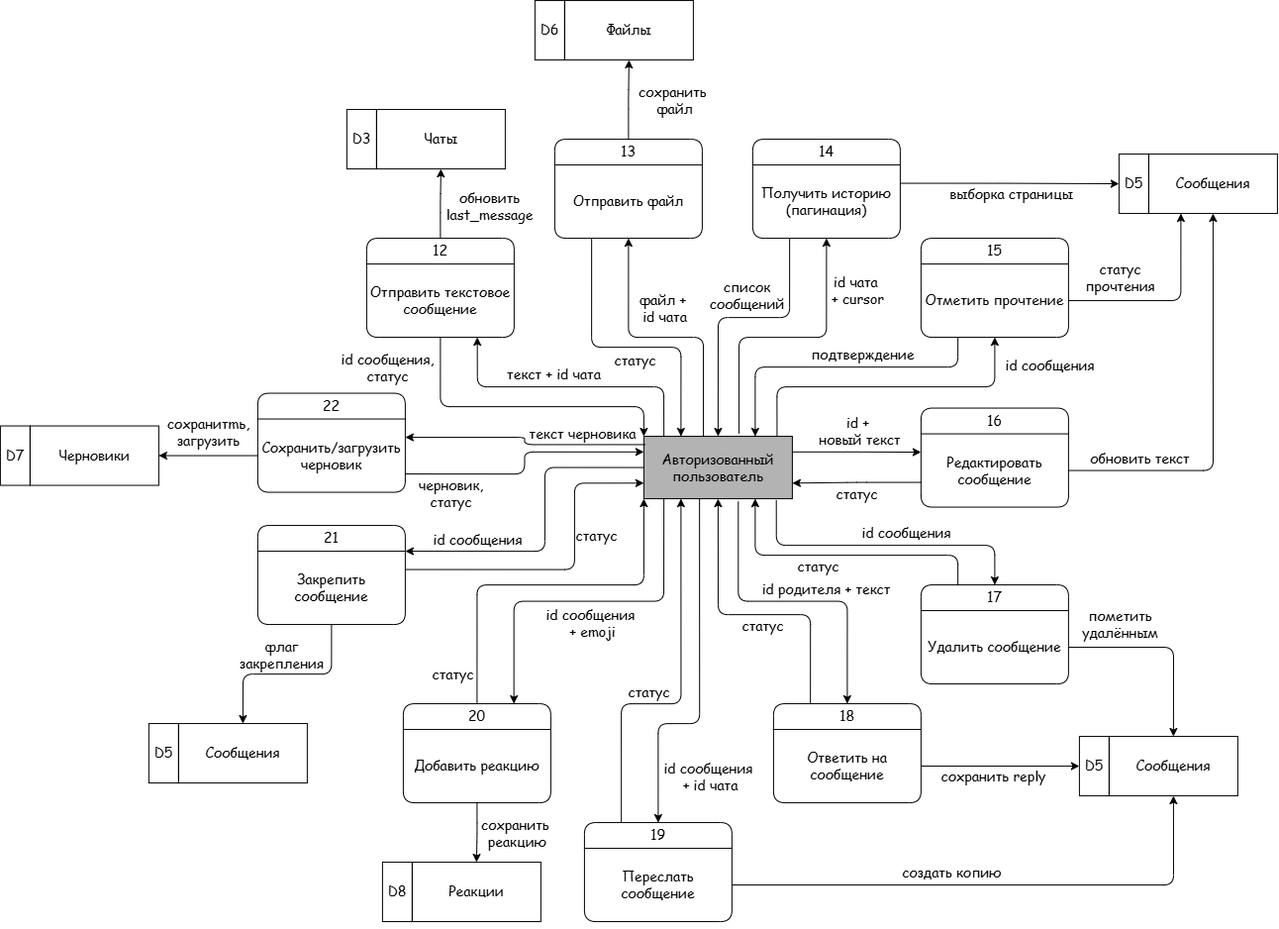
This is Практическая работа №1. DFD/images/DFD-1-обмен сообщениями.drawio.png from art2535/project-activity-guap, a draw.io export, as it was before one commit. Source tidied: cells renumbered, new cells last; positions are measured from the earlier drawing's top-left corner, leaving out a move shared by most shapes.
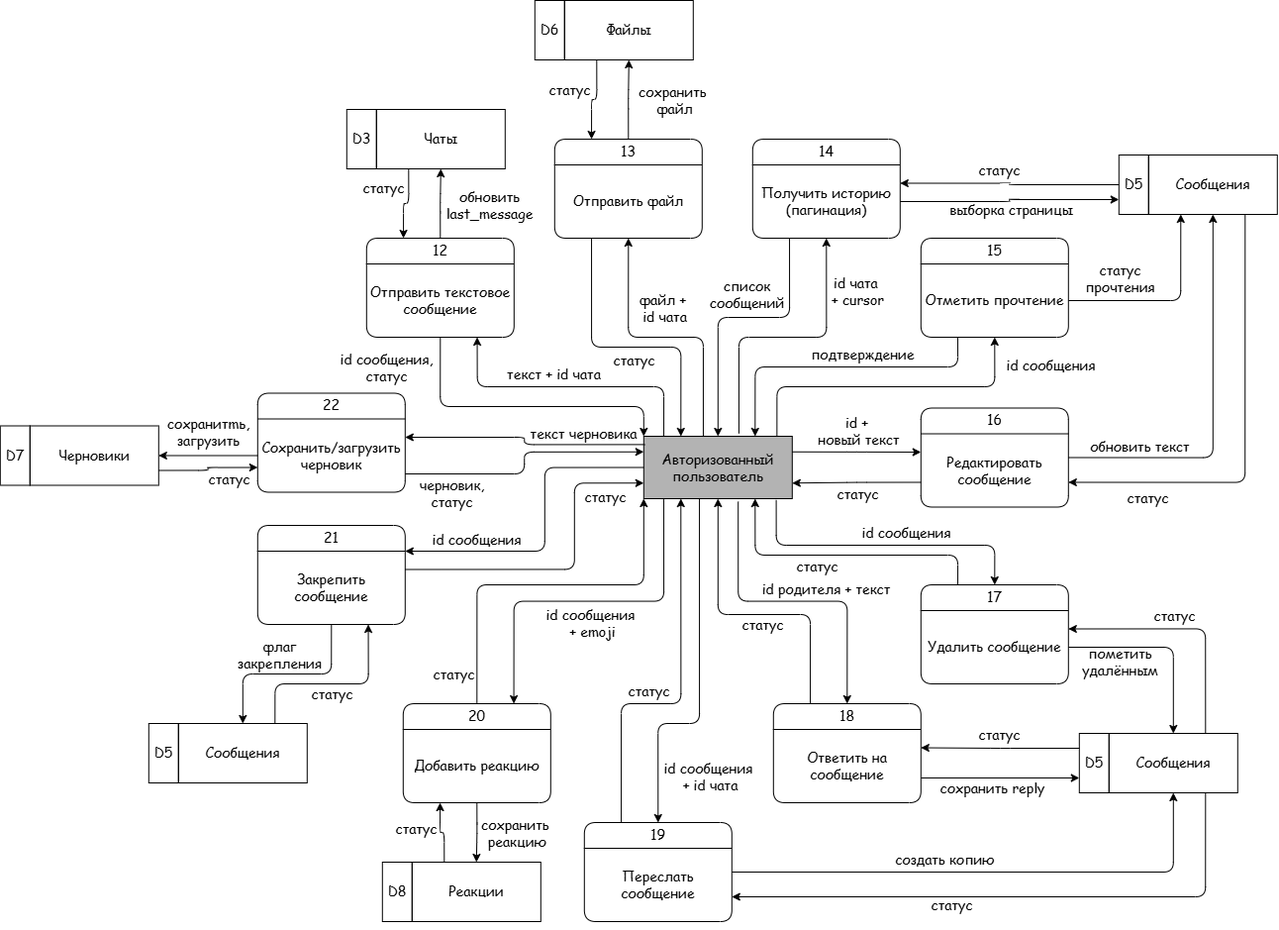
Above is the later version.

Diff of the diagram source:
```diff
@@ -45,7 +45,7 @@
       <mxGeometry x="650" y="440" width="150" height="63" as="geometry" />
     </mxCell>
     <mxCell id="16" style="group;shadow=0;fontFamily=Comic Sans MS;fontSize=14;" parent="1" vertex="1">
-      <mxGeometry x="1090" y="743" width="160" height="60" as="geometry" />
+      <mxGeometry x="1090" y="740" width="160" height="60" as="geometry" />
     </mxCell>
     <mxCell id="17" value="Сообщения" style="rounded=0;whiteSpace=wrap;html=1;shadow=0;glass=0;sketch=0;strokeWidth=1;fillColor=none;fontFamily=Comic Sans MS;fontSize=14;" parent="16" vertex="1">
       <mxGeometry x="30" width="130" height="60" as="geometry" />
@@ -349,7 +349,7 @@
     </mxCell>
     <mxCell id="83" value="статус" style="edgeLabel;html=1;align=center;verticalAlign=middle;fontSize=14;fontFamily=Comic Sans MS;labelBackgroundColor=none;" parent="82" vertex="1">
       <mxGeometry x="0.32" y="-1" relative="1" as="geometry">
-        <mxPoint x="20" y="12" as="offset" />
+        <mxPoint x="29" y="-27" as="offset" />
       </mxGeometry>
     </mxCell>
     <mxCell id="84" style="endArrow=classic;html=1;fontFamily=Comic Sans MS;fontSize=14;edgeStyle=orthogonalEdgeStyle;startArrow=none;startFill=0;endFill=1;exitX=0.5;exitY=1;exitDx=0;exitDy=0;entryX=0.5;entryY=0;entryDx=0;entryDy=0;" parent="1" edge="1" source="28" target="40">
@@ -385,7 +385,7 @@
       </mxGeometry>
     </mxCell>
     <mxCell id="92" style="group;shadow=0;fontFamily=Comic Sans MS;fontSize=14;" parent="1" vertex="1">
-      <mxGeometry x="1130" y="155" width="160" height="60" as="geometry" />
+      <mxGeometry x="1130" y="156" width="160" height="60" as="geometry" />
     </mxCell>
     <mxCell id="93" value="Сообщения" style="rounded=0;whiteSpace=wrap;html=1;shadow=0;glass=0;sketch=0;strokeWidth=1;fillColor=none;fontFamily=Comic Sans MS;fontSize=14;" parent="92" vertex="1">
       <mxGeometry x="30" width="130" height="60" as="geometry" />
@@ -410,7 +410,7 @@
         <mxPoint x="23" y="-19" as="offset" />
       </mxGeometry>
     </mxCell>
-    <mxCell id="100" style="endArrow=classic;html=1;fontFamily=Comic Sans MS;fontSize=14;edgeStyle=orthogonalEdgeStyle;startArrow=none;startFill=0;endFill=1;exitX=1;exitY=0.25;exitDx=0;exitDy=0;entryX=0;entryY=0.5;entryDx=0;entryDy=0;" parent="1" edge="1" source="3" target="94">
+    <mxCell id="100" style="endArrow=classic;html=1;fontFamily=Comic Sans MS;fontSize=14;edgeStyle=orthogonalEdgeStyle;startArrow=none;startFill=0;endFill=1;exitX=1;exitY=0.5;exitDx=0;exitDy=0;entryX=0;entryY=0.75;entryDx=0;entryDy=0;" parent="1" edge="1" source="3" target="94">
       <mxGeometry relative="1" as="geometry" />
     </mxCell>
     <mxCell id="101" value="выборка страницы" style="edgeLabel;html=1;align=center;verticalAlign=middle;fontSize=14;fontFamily=Comic Sans MS;labelBackgroundColor=none;" parent="100" vertex="1">
@@ -426,15 +426,15 @@
         <mxPoint x="-63" y="-3" as="offset" />
       </mxGeometry>
     </mxCell>
-    <mxCell id="104" style="endArrow=classic;html=1;fontFamily=Comic Sans MS;fontSize=14;edgeStyle=orthogonalEdgeStyle;startArrow=none;startFill=0;endFill=1;exitX=1;exitY=0.5;exitDx=0;exitDy=0;entryX=0.5;entryY=1;entryDx=0;entryDy=0;" parent="1" edge="1" source="12" target="93">
+    <mxCell id="104" style="endArrow=classic;html=1;fontFamily=Comic Sans MS;fontSize=14;edgeStyle=orthogonalEdgeStyle;startArrow=none;startFill=0;endFill=1;exitX=1;exitY=0.5;exitDx=0;exitDy=0;entryX=0.5;entryY=1;entryDx=0;entryDy=0;" parent="1" edge="1" source="11" target="93">
       <mxGeometry relative="1" as="geometry" />
     </mxCell>
     <mxCell id="105" value="обновить текст" style="edgeLabel;html=1;align=center;verticalAlign=middle;fontSize=14;fontFamily=Comic Sans MS;labelBackgroundColor=none;" parent="104" vertex="1">
       <mxGeometry x="0.32" y="-1" relative="1" as="geometry">
-        <mxPoint x="-76" y="109" as="offset" />
+        <mxPoint x="-76" y="101" as="offset" />
       </mxGeometry>
     </mxCell>
-    <mxCell id="106" style="endArrow=classic;html=1;fontFamily=Comic Sans MS;fontSize=14;edgeStyle=orthogonalEdgeStyle;startArrow=none;startFill=0;endFill=1;exitX=1;exitY=0.5;exitDx=0;exitDy=0;entryX=0;entryY=0.5;entryDx=0;entryDy=0;" parent="1" edge="1" source="7" target="18">
+    <mxCell id="106" style="endArrow=classic;html=1;fontFamily=Comic Sans MS;fontSize=14;edgeStyle=orthogonalEdgeStyle;startArrow=none;startFill=0;endFill=1;exitX=1;exitY=0.75;exitDx=0;exitDy=0;entryX=0;entryY=0.75;entryDx=0;entryDy=0;" parent="1" edge="1" source="6" target="18">
       <mxGeometry relative="1" as="geometry" />
     </mxCell>
     <mxCell id="107" value="сохранить reply" style="edgeLabel;html=1;align=center;verticalAlign=middle;fontSize=14;fontFamily=Comic Sans MS;labelBackgroundColor=none;" parent="106" vertex="1">
@@ -447,10 +447,10 @@
     </mxCell>
     <mxCell id="109" value="пометить&lt;div&gt;удалённым&lt;/div&gt;" style="edgeLabel;html=1;align=center;verticalAlign=middle;fontSize=14;fontFamily=Comic Sans MS;labelBackgroundColor=none;" parent="108" vertex="1">
       <mxGeometry x="0.32" y="-1" relative="1" as="geometry">
-        <mxPoint x="-54" y="-47" as="offset" />
+        <mxPoint x="-54" y="-7" as="offset" />
       </mxGeometry>
     </mxCell>
-    <mxCell id="110" style="endArrow=classic;html=1;fontFamily=Comic Sans MS;fontSize=14;edgeStyle=orthogonalEdgeStyle;startArrow=none;startFill=0;endFill=1;exitX=1;exitY=0.5;exitDx=0;exitDy=0;entryX=0.5;entryY=1;entryDx=0;entryDy=0;" parent="1" edge="1" source="26" target="17">
+    <mxCell id="110" style="endArrow=classic;html=1;fontFamily=Comic Sans MS;fontSize=14;edgeStyle=orthogonalEdgeStyle;startArrow=none;startFill=0;endFill=1;exitX=1;exitY=0.5;exitDx=0;exitDy=0;entryX=0.5;entryY=1;entryDx=0;entryDy=0;" parent="1" edge="1" source="25" target="17">
       <mxGeometry relative="1" as="geometry" />
     </mxCell>
     <mxCell id="111" value="создать копию" style="edgeLabel;html=1;align=center;verticalAlign=middle;fontSize=14;fontFamily=Comic Sans MS;labelBackgroundColor=none;" parent="110" vertex="1">
@@ -458,5 +458,90 @@
         <mxPoint x="-133" y="-14" as="offset" />
       </mxGeometry>
     </mxCell>
+    <mxCell id="112" style="endArrow=classic;html=1;fontFamily=Comic Sans MS;fontSize=14;edgeStyle=orthogonalEdgeStyle;startArrow=none;startFill=0;endFill=1;exitX=0.75;exitY=0;exitDx=0;exitDy=0;entryX=1;entryY=0.25;entryDx=0;entryDy=0;" parent="1" edge="1" source="17" target="5">
+      <mxGeometry relative="1" as="geometry" />
+    </mxCell>
+    <mxCell id="113" value="статус" style="edgeLabel;html=1;align=center;verticalAlign=middle;fontSize=14;fontFamily=Comic Sans MS;labelBackgroundColor=none;" parent="112" vertex="1">
+      <mxGeometry x="0.32" y="-1" relative="1" as="geometry">
+        <mxPoint x="24" y="-12" as="offset" />
+      </mxGeometry>
+    </mxCell>
+    <mxCell id="114" style="endArrow=classic;html=1;fontFamily=Comic Sans MS;fontSize=14;edgeStyle=orthogonalEdgeStyle;startArrow=none;startFill=0;endFill=1;exitX=0.75;exitY=1;exitDx=0;exitDy=0;entryX=1;entryY=0.75;entryDx=0;entryDy=0;" parent="1" edge="1" source="17" target="25">
+      <mxGeometry relative="1" as="geometry" />
+    </mxCell>
+    <mxCell id="115" value="статус" style="edgeLabel;html=1;align=center;verticalAlign=middle;fontSize=14;fontFamily=Comic Sans MS;labelBackgroundColor=none;" parent="114" vertex="1">
+      <mxGeometry x="0.32" y="-1" relative="1" as="geometry">
+        <mxPoint x="24" y="9" as="offset" />
+      </mxGeometry>
+    </mxCell>
+    <mxCell id="116" style="endArrow=classic;html=1;fontFamily=Comic Sans MS;fontSize=14;edgeStyle=orthogonalEdgeStyle;startArrow=none;startFill=0;endFill=1;exitX=0.25;exitY=0;exitDx=0;exitDy=0;entryX=0.25;entryY=1;entryDx=0;entryDy=0;" parent="1" edge="1" source="40" target="27">
+      <mxGeometry relative="1" as="geometry" />
+    </mxCell>
+    <mxCell id="117" value="статус" style="edgeLabel;html=1;align=center;verticalAlign=middle;fontSize=14;fontFamily=Comic Sans MS;labelBackgroundColor=none;" parent="116" vertex="1">
+      <mxGeometry x="0.32" y="-1" relative="1" as="geometry">
+        <mxPoint x="-26" y="5" as="offset" />
+      </mxGeometry>
+    </mxCell>
+    <mxCell id="118" style="endArrow=classic;html=1;fontFamily=Comic Sans MS;fontSize=14;edgeStyle=orthogonalEdgeStyle;startArrow=none;startFill=0;endFill=1;exitX=0.75;exitY=1;exitDx=0;exitDy=0;entryX=1;entryY=0.75;entryDx=0;entryDy=0;" parent="1" edge="1" source="93" target="11">
+      <mxGeometry relative="1" as="geometry" />
+    </mxCell>
+    <mxCell id="119" value="статус" style="edgeLabel;html=1;align=center;verticalAlign=middle;fontSize=14;fontFamily=Comic Sans MS;labelBackgroundColor=none;" parent="118" vertex="1">
+      <mxGeometry x="0.32" y="-1" relative="1" as="geometry">
+        <mxPoint x="-72" y="17" as="offset" />
+      </mxGeometry>
+    </mxCell>
+    <mxCell id="120" style="endArrow=classic;html=1;fontFamily=Comic Sans MS;fontSize=14;edgeStyle=orthogonalEdgeStyle;startArrow=none;startFill=0;endFill=1;exitX=0.75;exitY=0;exitDx=0;exitDy=0;entryX=0.75;entryY=1;entryDx=0;entryDy=0;" parent="1" edge="1" source="96" target="30">
+      <mxGeometry relative="1" as="geometry">
+        <Array as="points">
+          <mxPoint x="277.6" y="690" />
+          <mxPoint x="371.9" y="690" />
+        </Array>
+      </mxGeometry>
+    </mxCell>
+    <mxCell id="121" value="статус" style="edgeLabel;html=1;align=center;verticalAlign=middle;fontSize=14;fontFamily=Comic Sans MS;labelBackgroundColor=none;" parent="120" vertex="1">
+      <mxGeometry x="0.32" y="-1" relative="1" as="geometry">
+        <mxPoint x="-32" y="9" as="offset" />
+      </mxGeometry>
+    </mxCell>
+    <mxCell id="122" style="endArrow=classic;html=1;fontFamily=Comic Sans MS;fontSize=14;edgeStyle=orthogonalEdgeStyle;startArrow=none;startFill=0;endFill=1;exitX=0;exitY=0.25;exitDx=0;exitDy=0;entryX=1;entryY=0.25;entryDx=0;entryDy=0;" parent="1" edge="1" source="18" target="7">
+      <mxGeometry relative="1" as="geometry" />
+    </mxCell>
+    <mxCell id="123" value="статус" style="edgeLabel;html=1;align=center;verticalAlign=middle;fontSize=14;fontFamily=Comic Sans MS;labelBackgroundColor=none;" parent="122" vertex="1">
+      <mxGeometry x="0.32" y="-1" relative="1" as="geometry">
+        <mxPoint x="24" y="-12" as="offset" />
+      </mxGeometry>
+    </mxCell>
+    <mxCell id="124" style="endArrow=classic;html=1;fontFamily=Comic Sans MS;fontSize=14;edgeStyle=orthogonalEdgeStyle;startArrow=none;startFill=0;endFill=1;exitX=0.25;exitY=1;exitDx=0;exitDy=0;entryX=0.25;entryY=0;entryDx=0;entryDy=0;" parent="1" edge="1" source="9" target="21">
+      <mxGeometry relative="1" as="geometry" />
+    </mxCell>
+    <mxCell id="125" value="статус" style="edgeLabel;html=1;align=center;verticalAlign=middle;fontSize=14;fontFamily=Comic Sans MS;labelBackgroundColor=none;" parent="124" vertex="1">
+      <mxGeometry x="0.32" y="-1" relative="1" as="geometry">
+        <mxPoint x="-20" y="-25" as="offset" />
+      </mxGeometry>
+    </mxCell>
+    <mxCell id="126" style="endArrow=classic;html=1;fontFamily=Comic Sans MS;fontSize=14;edgeStyle=orthogonalEdgeStyle;startArrow=none;startFill=0;endFill=1;exitX=0.25;exitY=1;exitDx=0;exitDy=0;entryX=0.25;entryY=0;entryDx=0;entryDy=0;" parent="1" edge="1" source="34" target="19">
+      <mxGeometry relative="1" as="geometry" />
+    </mxCell>
+    <mxCell id="127" value="статус" style="edgeLabel;html=1;align=center;verticalAlign=middle;fontSize=14;fontFamily=Comic Sans MS;labelBackgroundColor=none;" parent="126" vertex="1">
+      <mxGeometry x="0.32" y="-1" relative="1" as="geometry">
+        <mxPoint x="-22" y="-20" as="offset" />
+      </mxGeometry>
+    </mxCell>
+    <mxCell id="128" style="endArrow=classic;html=1;fontFamily=Comic Sans MS;fontSize=14;edgeStyle=orthogonalEdgeStyle;startArrow=none;startFill=0;endFill=1;exitX=0;exitY=0.5;exitDx=0;exitDy=0;entryX=1;entryY=0.25;entryDx=0;entryDy=0;" parent="1" edge="1" source="94" target="3">
+      <mxGeometry relative="1" as="geometry" />
+    </mxCell>
+    <mxCell id="129" value="статус" style="edgeLabel;html=1;align=center;verticalAlign=middle;fontSize=14;fontFamily=Comic Sans MS;labelBackgroundColor=none;" parent="128" vertex="1">
+      <mxGeometry x="0.32" y="-1" relative="1" as="geometry">
+        <mxPoint x="24" y="-12" as="offset" />
+      </mxGeometry>
+    </mxCell>
+    <mxCell id="130" style="endArrow=classic;html=1;fontFamily=Comic Sans MS;fontSize=14;edgeStyle=orthogonalEdgeStyle;startArrow=none;startFill=0;endFill=1;exitX=1;exitY=0.75;exitDx=0;exitDy=0;entryX=0;entryY=0.75;entryDx=0;entryDy=0;" parent="1" edge="1" source="37" target="31">
+      <mxGeometry relative="1" as="geometry" />
+    </mxCell>
+    <mxCell id="131" value="статус" style="edgeLabel;html=1;align=center;verticalAlign=middle;fontSize=14;fontFamily=Comic Sans MS;labelBackgroundColor=none;" parent="130" vertex="1">
+      <mxGeometry x="0.32" y="-1" relative="1" as="geometry">
+        <mxPoint x="5" y="11" as="offset" />
+      </mxGeometry>
+    </mxCell>
   </root>
 </mxGraphModel>
```
